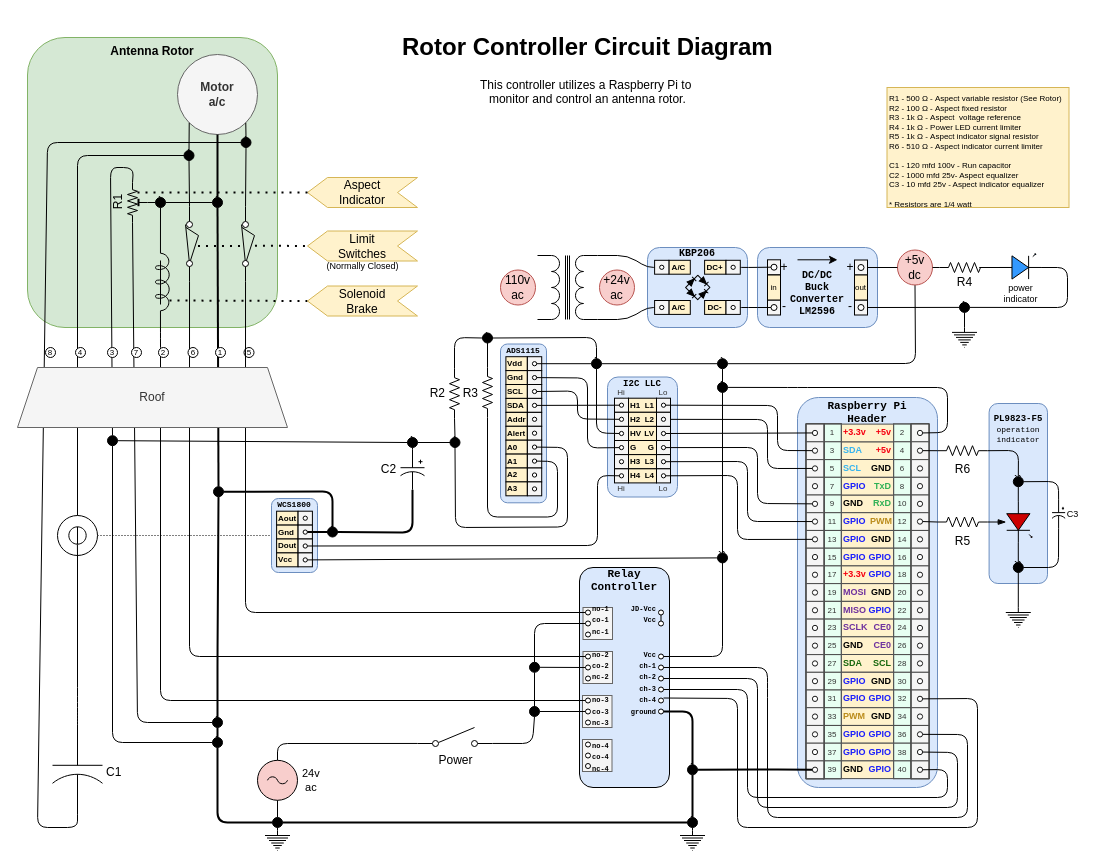
The draw.io diagram readme/rotor.drawio in wryan67/rotor, before the edit. Source tidied: cells renumbered, new cells numbered last; positions are measured from the earlier drawing's top-left corner, leaving out a move shared by most shapes. Both pictures are drawn from the tidied source at 100%, with x=0, y=0 at pixel (17, 27).
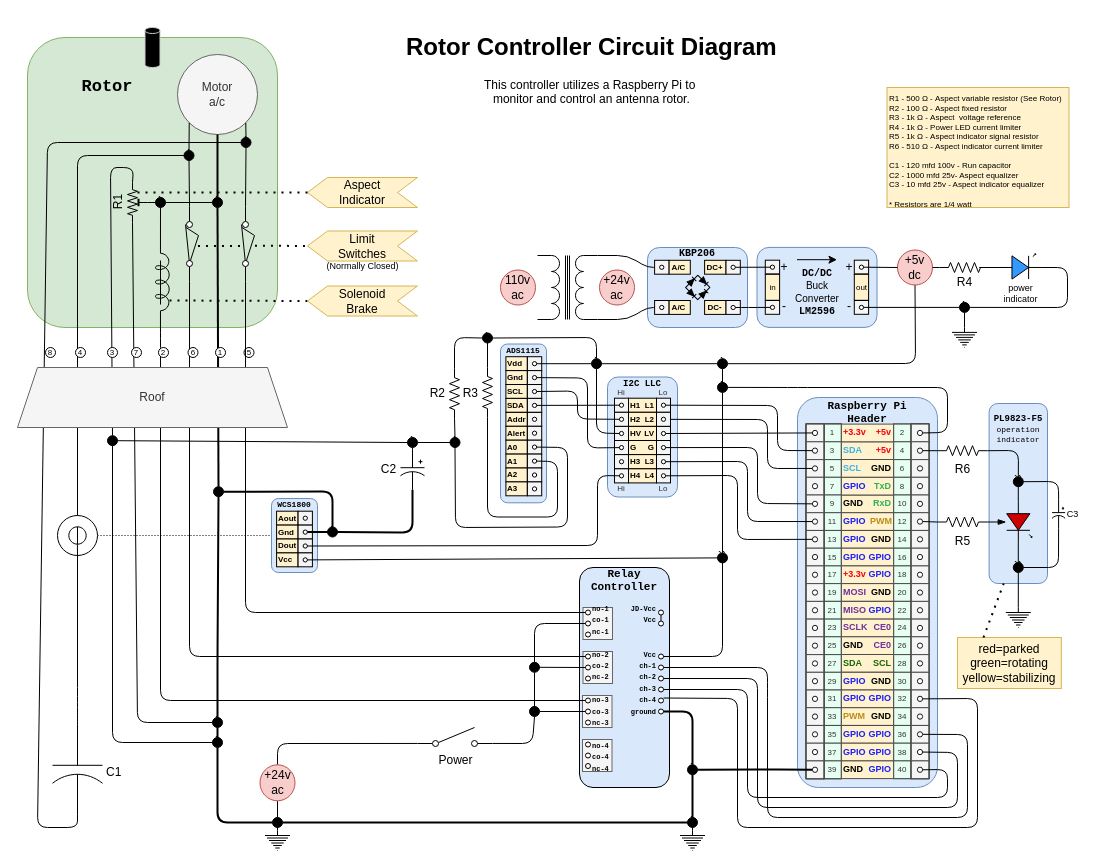
Above is the later version.

The change refers to these unchanged cells:
```xml
<mxCell id="3" value="&lt;font face=&quot;monospace&quot;&gt;&lt;font style=&quot;font-size: 9px&quot;&gt;PL9823-F5&lt;/font&gt;&lt;br&gt;&lt;div style=&quot;font-size: 8px&quot;&gt;&lt;span style=&quot;font-weight: normal&quot;&gt;operation&lt;/span&gt;&lt;/div&gt;&lt;div style=&quot;font-size: 8px&quot;&gt;&lt;span style=&quot;font-weight: normal&quot;&gt;indicator&lt;/span&gt;&lt;/div&gt;&lt;/font&gt;" style="rounded=1;whiteSpace=wrap;html=1;fillColor=#dae8fc;strokeColor=#6c8ebf;labelBackgroundColor=none;fontStyle=1;verticalAlign=top;" parent="1" vertex="1">
  <mxGeometry x="971.6" y="376" width="58.4" height="180" as="geometry" />
</mxCell>
<mxCell id="8" style="ellipse;whiteSpace=wrap;html=1;fillColor=#000000;" parent="1" vertex="1">
  <mxGeometry x="255" y="790" width="10" height="10" as="geometry" />
</mxCell>
<mxCell id="11" value="Power" style="verticalLabelPosition=bottom;shadow=0;dashed=0;align=center;html=1;verticalAlign=top;shape=mxgraph.electrical.electro-mechanical.simple_switch;" parent="1" vertex="1">
  <mxGeometry x="400" y="700" width="75" height="19" as="geometry" />
</mxCell>
<mxCell id="345" value="+5v&lt;br&gt;dc" style="ellipse;whiteSpace=wrap;html=1;fillColor=#f8cecc;strokeColor=#b85450;" parent="1" vertex="1">
  <mxGeometry x="880" y="222.5" width="35" height="35" as="geometry" />
</mxCell>
<mxCell id="459" value="`" style="ellipse;whiteSpace=wrap;html=1;fillColor=#000000;" parent="1" vertex="1">
  <mxGeometry x="942" y="274.9" width="10" height="10" as="geometry" />
</mxCell>
<mxCell id="548" style="verticalLabelPosition=bottom;shadow=0;dashed=0;align=center;html=1;verticalAlign=top;strokeWidth=1;shape=ellipse;fontSize=12;" parent="544" vertex="1">
  <mxGeometry x="26.4" y="4.9" width="4.3" height="4.2" as="geometry" />
</mxCell>
<mxCell id="553" style="verticalLabelPosition=bottom;shadow=0;dashed=0;align=center;html=1;verticalAlign=top;strokeWidth=1;shape=ellipse;fontSize=12;" parent="549" vertex="1">
  <mxGeometry x="26.4" y="4.9" width="4.3" height="4.2" as="geometry" />
</mxCell>
```

Diff of the diagram source:
```diff
@@
+    <mxCell id="554" style="group;" parent="1" vertex="1">
+      <mxGeometry x="739.5" y="219.9" width="120" height="80" as="geometry" />
+    </mxCell>
+    <mxCell id="321" style="group;verticalAlign=middle;horizontal=0;" parent="554" vertex="1">
+      <mxGeometry width="120" height="80" as="geometry" />
+    </mxCell>
+    <mxCell id="322" value="DC/DC&lt;br style=&quot;font-size: 10px&quot;&gt;&lt;span style=&quot;font-weight: normal&quot;&gt;&lt;font face=&quot;Helvetica&quot;&gt;Buck&lt;br style=&quot;font-size: 10px&quot;&gt;Converter&lt;/font&gt;&lt;/span&gt;&lt;br&gt;LM2596" style="rounded=1;whiteSpace=wrap;html=1;shadow=0;dashed=0;labelBackgroundColor=none;fontFamily=Courier New;fontSize=10;align=center;strokeColor=#6c8ebf;fillColor=#dae8fc;fontStyle=1;horizontal=1;verticalAlign=middle;spacingTop=11;" parent="321" vertex="1">
+      <mxGeometry width="120" height="80" as="geometry" />
+    </mxCell>
+    <mxCell id="555" style="endArrow=classic;html=1;" parent="321" edge="1">
+      <mxGeometry relative="1" as="geometry">
+        <mxPoint x="40" y="12.3" as="sourcePoint" />
+        <mxPoint x="80" y="12.3" as="targetPoint" />
+      </mxGeometry>
+    </mxCell>
+    <mxCell id="324" value="+" style="text;html=1;strokeColor=none;fillColor=none;align=center;verticalAlign=middle;whiteSpace=wrap;rounded=0;" parent="321" vertex="1">
+      <mxGeometry x="23" y="12.5" width="8.4" height="14.5" as="geometry" />
+    </mxCell>
+    <mxCell id="325" value="+" style="text;html=1;strokeColor=none;fillColor=none;align=center;verticalAlign=middle;whiteSpace=wrap;rounded=0;" parent="321" vertex="1">
+      <mxGeometry x="88.6" y="12.5" width="8.4" height="14.5" as="geometry" />
+    </mxCell>
+    <mxCell id="326" value="-" style="text;html=1;strokeColor=none;fillColor=none;align=center;verticalAlign=middle;whiteSpace=wrap;rounded=0;spacingBottom=3;" parent="321" vertex="1">
+      <mxGeometry x="88.6" y="53" width="8.4" height="14.5" as="geometry" />
+    </mxCell>
+    <mxCell id="327" value="-" style="text;html=1;strokeColor=none;fillColor=none;align=center;verticalAlign=middle;whiteSpace=wrap;rounded=0;spacingBottom=3;" parent="321" vertex="1">
+      <mxGeometry x="23" y="53" width="8.4" height="14.5" as="geometry" />
+    </mxCell>
+    <mxCell id="556" style="group;" parent="321" vertex="1">
+      <mxGeometry x="8" y="12.5" width="15" height="55" as="geometry" />
+    </mxCell>
+    <mxCell id="338" value="in" style="rounded=0;whiteSpace=wrap;html=1;fontSize=8;fillColor=#fff2cc;strokeColor=none;" parent="556" vertex="1">
+      <mxGeometry width="15" height="55" as="geometry" />
+    </mxCell>
+    <mxCell id="557" style="rounded=0;whiteSpace=wrap;html=1;strokeColor=#000000;fillColor=#f5f5f5;fontSize=8;align=center;fontColor=#333333;" parent="556" vertex="1">
+      <mxGeometry x="0.3" y="40.5" width="14.3" height="13.9" as="geometry" />
+    </mxCell>
+    <mxCell id="558" style="endArrow=none;html=1;fontSize=8;entryX=0;entryY=0.5;entryDx=0;entryDy=0;exitX=1;exitY=0.5;exitDx=0;exitDy=0;" parent="556" edge="1" source="559">
+      <mxGeometry relative="1" as="geometry">
+        <mxPoint x="4.9" y="7.2" as="targetPoint" />
+      </mxGeometry>
+    </mxCell>
+    <mxCell id="559" style="rounded=0;whiteSpace=wrap;html=1;strokeColor=#000000;fillColor=#f5f5f5;fontSize=8;align=center;fontColor=#333333;" parent="556" vertex="1">
+      <mxGeometry x="0.3" y="0.3" width="14.3" height="13.9" as="geometry" />
+    </mxCell>
+    <mxCell id="560" style="endArrow=none;html=1;fontSize=8;entryX=0;entryY=1;entryDx=0;entryDy=0;exitX=0;exitY=0;exitDx=0;exitDy=0;" parent="556" edge="1" source="557" target="559">
+      <mxGeometry relative="1" as="geometry" />
+    </mxCell>
+    <mxCell id="561" style="endArrow=none;html=1;fontSize=8;entryX=1;entryY=1;entryDx=0;entryDy=0;exitX=1;exitY=0;exitDx=0;exitDy=0;" parent="556" edge="1" source="557" target="559">
+      <mxGeometry relative="1" as="geometry" />
+    </mxCell>
+    <mxCell id="562" style="endArrow=none;html=1;fontSize=8;entryX=1;entryY=1;entryDx=0;entryDy=0;exitX=0;exitY=1;exitDx=0;exitDy=0;" parent="556" edge="1" source="559" target="559">
+      <mxGeometry relative="1" as="geometry" />
+    </mxCell>
+    <mxCell id="563" style="endArrow=none;html=1;fontSize=8;entryX=1;entryY=0;entryDx=0;entryDy=0;exitX=0;exitY=0;exitDx=0;exitDy=0;" parent="556" edge="1" source="557" target="557">
+      <mxGeometry relative="1" as="geometry" />
+    </mxCell>
+    <mxCell id="564" style="verticalLabelPosition=bottom;shadow=0;dashed=0;align=center;html=1;verticalAlign=top;strokeWidth=1;shape=ellipse;fontSize=12;" parent="556" vertex="1">
+      <mxGeometry x="5.3" y="45.4" width="4.3" height="4.2" as="geometry" />
+    </mxCell>
+    <mxCell id="565" style="verticalLabelPosition=bottom;shadow=0;dashed=0;align=center;html=1;verticalAlign=top;strokeWidth=1;shape=ellipse;fontSize=12;" parent="556" vertex="1">
+      <mxGeometry x="5.3" y="5.2" width="4.3" height="4.2" as="geometry" />
+    </mxCell>
+    <mxCell id="566" style="group;" parent="321" vertex="1">
+      <mxGeometry x="97" y="12.5" width="15" height="55" as="geometry" />
+    </mxCell>
+    <mxCell id="344" value="&lt;font style=&quot;font-size: 8px&quot;&gt;out&lt;/font&gt;" style="rounded=0;whiteSpace=wrap;html=1;fontSize=8;fillColor=#fff2cc;strokeColor=none;" parent="566" vertex="1">
+      <mxGeometry width="15" height="55" as="geometry" />
+    </mxCell>
+    <mxCell id="567" style="rounded=0;whiteSpace=wrap;html=1;strokeColor=#000000;fillColor=#f5f5f5;fontSize=8;align=center;fontColor=#333333;" parent="566" vertex="1">
+      <mxGeometry x="0.3" y="40.5" width="14.3" height="13.9" as="geometry" />
+    </mxCell>
+    <mxCell id="568" style="verticalLabelPosition=bottom;shadow=0;dashed=0;align=center;html=1;verticalAlign=top;strokeWidth=1;shape=ellipse;fontSize=12;" parent="566" vertex="1">
+      <mxGeometry x="5.3" y="45.4" width="4.3" height="4.2" as="geometry" />
+    </mxCell>
+    <mxCell id="569" style="endArrow=none;html=1;fontSize=8;entryX=0;entryY=0.5;entryDx=0;entryDy=0;exitX=1;exitY=0.5;exitDx=0;exitDy=0;" parent="566" edge="1" source="570">
+      <mxGeometry relative="1" as="geometry">
+        <mxPoint x="4.9" y="7.2" as="targetPoint" />
+      </mxGeometry>
+    </mxCell>
+    <mxCell id="570" style="rounded=0;whiteSpace=wrap;html=1;strokeColor=#000000;fillColor=#f5f5f5;fontSize=8;align=center;fontColor=#333333;" parent="566" vertex="1">
+      <mxGeometry x="0.3" y="0.3" width="14.3" height="13.9" as="geometry" />
+    </mxCell>
+    <mxCell id="571" style="verticalLabelPosition=bottom;shadow=0;dashed=0;align=center;html=1;verticalAlign=top;strokeWidth=1;shape=ellipse;fontSize=12;" parent="566" vertex="1">
+      <mxGeometry x="5.3" y="5.2" width="4.3" height="4.2" as="geometry" />
+    </mxCell>
+    <mxCell id="572" style="endArrow=none;html=1;fontSize=8;entryX=0;entryY=1;entryDx=0;entryDy=0;exitX=0;exitY=0;exitDx=0;exitDy=0;" parent="566" edge="1" source="567" target="570">
+      <mxGeometry relative="1" as="geometry" />
+    </mxCell>
+    <mxCell id="573" style="endArrow=none;html=1;fontSize=8;entryX=1;entryY=1;entryDx=0;entryDy=0;exitX=1;exitY=0;exitDx=0;exitDy=0;" parent="566" edge="1" source="567" target="570">
+      <mxGeometry relative="1" as="geometry" />
+    </mxCell>
+    <mxCell id="574" style="endArrow=none;html=1;fontSize=8;entryX=1;entryY=1;entryDx=0;entryDy=0;exitX=0;exitY=1;exitDx=0;exitDy=0;" parent="566" edge="1" source="570" target="570">
+      <mxGeometry relative="1" as="geometry" />
+    </mxCell>
+    <mxCell id="575" style="endArrow=none;html=1;fontSize=8;entryX=1;entryY=0;entryDx=0;entryDy=0;exitX=0;exitY=0;exitDx=0;exitDy=0;" parent="566" edge="1" source="567" target="567">
+      <mxGeometry relative="1" as="geometry" />
+    </mxCell>
@@
-    <mxCell id="4" value="Antenna Rotor" style="rounded=1;whiteSpace=wrap;html=1;verticalAlign=top;fillColor=#d5e8d4;strokeColor=#82b366;fontStyle=1;" parent="1" vertex="1">
+    <mxCell id="4" style="rounded=1;whiteSpace=wrap;html=1;verticalAlign=top;fillColor=#d5e8d4;strokeColor=#82b366;fontStyle=1;" parent="1" vertex="1">
       <mxGeometry x="10" y="10" width="250" height="290" as="geometry" />
     </mxCell>
-    <mxCell id="5" value="Motor&lt;br&gt;a/c" style="ellipse;whiteSpace=wrap;html=1;fontStyle=1;fillColor=#f5f5f5;strokeColor=#666666;fontColor=#333333;" parent="1" vertex="1">
+    <mxCell id="5" value="Motor&lt;br&gt;a/c" style="ellipse;whiteSpace=wrap;html=1;fontStyle=0;fillColor=#f5f5f5;strokeColor=#666666;fontColor=#333333;" parent="1" vertex="1">
       <mxGeometry x="160" y="27" width="80" height="80" as="geometry" />
     </mxCell>
@@
-    <mxCell id="7" value="24v&lt;br style=&quot;font-size: 11px;&quot;&gt;&lt;div style=&quot;text-align: center; font-size: 11px;&quot;&gt;&lt;span style=&quot;font-size: 11px;&quot;&gt;ac&lt;/span&gt;&lt;/div&gt;" style="verticalLabelPosition=middle;shadow=0;dashed=0;align=left;html=1;verticalAlign=middle;shape=mxgraph.electrical.signal_sources.ac_source;labelPosition=right;fillColor=#f8cecc;fontSize=11;spacingTop=0;spacingRight=0;spacingLeft=3;" parent="1" vertex="1">
-      <mxGeometry x="240" y="732.8" width="40" height="40" as="geometry" />
-    </mxCell>
@@
-    <mxCell id="9" style="endArrow=none;html=1;exitX=0.5;exitY=0;exitDx=0;exitDy=0;exitPerimeter=0;entryX=0;entryY=0.84;entryDx=0;entryDy=0;entryPerimeter=0;" parent="1" edge="1" source="7" target="11">
+    <mxCell id="9" style="endArrow=none;html=1;exitX=0.5;exitY=0;exitDx=0;exitDy=0;entryX=0;entryY=0.84;entryDx=0;entryDy=0;entryPerimeter=0;" parent="1" edge="1" source="579" target="11">
       <mxGeometry relative="1" as="geometry">
         <Array as="points">
           <mxPoint x="260" y="716" />
         </Array>
       </mxGeometry>
     </mxCell>
-    <mxCell id="10" style="endArrow=none;html=1;entryX=0.5;entryY=1;entryDx=0;entryDy=0;entryPerimeter=0;exitX=0.5;exitY=0;exitDx=0;exitDy=0;" parent="1" edge="1" source="8" target="7">
+    <mxCell id="10" style="endArrow=none;html=1;exitX=0.5;exitY=0;exitDx=0;exitDy=0;entryX=0.5;entryY=1;entryDx=0;entryDy=0;" parent="1" edge="1" source="8" target="579">
       <mxGeometry relative="1" as="geometry" />
     </mxCell>
@@
-    <mxCell id="320" style="group;" parent="1" vertex="1">
-      <mxGeometry x="740" y="220" width="120" height="80" as="geometry" />
-    </mxCell>
-    <mxCell id="321" style="group;verticalAlign=middle;horizontal=0;" parent="320" vertex="1">
-      <mxGeometry width="120" height="80" as="geometry" />
-    </mxCell>
-    <mxCell id="322" value="DC/DC&lt;br style=&quot;font-size: 10px&quot;&gt;Buck&lt;br style=&quot;font-size: 10px&quot;&gt;Converter&lt;br&gt;LM2596" style="rounded=1;whiteSpace=wrap;html=1;shadow=0;dashed=0;labelBackgroundColor=none;fontFamily=Courier New;fontSize=10;align=center;strokeColor=#6c8ebf;fillColor=#dae8fc;fontStyle=1;horizontal=1;verticalAlign=middle;spacingTop=11;" parent="321" vertex="1">
-      <mxGeometry width="120" height="80" as="geometry" />
-    </mxCell>
-    <mxCell id="323" style="endArrow=classic;html=1;" parent="321" edge="1">
-      <mxGeometry relative="1" as="geometry">
-        <mxPoint x="40" y="12.3" as="sourcePoint" />
-        <mxPoint x="80" y="12.3" as="targetPoint" />
-      </mxGeometry>
-    </mxCell>
-    <mxCell id="324" value="+" style="text;html=1;strokeColor=none;fillColor=none;align=center;verticalAlign=middle;whiteSpace=wrap;rounded=0;" parent="321" vertex="1">
-      <mxGeometry x="23" y="12.5" width="8.4" height="14.5" as="geometry" />
-    </mxCell>
-    <mxCell id="325" value="+" style="text;html=1;strokeColor=none;fillColor=none;align=center;verticalAlign=middle;whiteSpace=wrap;rounded=0;" parent="321" vertex="1">
-      <mxGeometry x="88.6" y="12.5" width="8.4" height="14.5" as="geometry" />
-    </mxCell>
-    <mxCell id="326" value="-" style="text;html=1;strokeColor=none;fillColor=none;align=center;verticalAlign=middle;whiteSpace=wrap;rounded=0;spacingBottom=3;" parent="321" vertex="1">
-      <mxGeometry x="88.6" y="53" width="8.4" height="14.5" as="geometry" />
-    </mxCell>
-    <mxCell id="327" value="-" style="text;html=1;strokeColor=none;fillColor=none;align=center;verticalAlign=middle;whiteSpace=wrap;rounded=0;spacingBottom=3;" parent="321" vertex="1">
-      <mxGeometry x="23" y="53" width="8.4" height="14.5" as="geometry" />
-    </mxCell>
@@
-    <mxCell id="333" style="group;" parent="1" vertex="1">
-      <mxGeometry x="750" y="232.5" width="13" height="55" as="geometry" />
-    </mxCell>
-    <mxCell id="334" style="rounded=0;whiteSpace=wrap;html=1;fontSize=12;fillColor=#F5F5F5;" parent="333" vertex="1">
-      <mxGeometry y="40" width="13" height="15" as="geometry" />
-    </mxCell>
-    <mxCell id="335" style="verticalLabelPosition=bottom;shadow=0;dashed=0;align=center;html=1;verticalAlign=top;strokeWidth=1;shape=ellipse;fontSize=12;" parent="333" vertex="1">
-      <mxGeometry x="3.5" y="44.5" width="6" height="6" as="geometry" />
-    </mxCell>
-    <mxCell id="336" style="rounded=0;whiteSpace=wrap;html=1;fontSize=12;fillColor=#F5F5F5;" parent="333" vertex="1">
-      <mxGeometry y="-0.2" width="13" height="15" as="geometry" />
-    </mxCell>
-    <mxCell id="337" style="verticalLabelPosition=bottom;shadow=0;dashed=0;align=center;html=1;verticalAlign=top;strokeWidth=1;shape=ellipse;fontSize=12;" parent="333" vertex="1">
-      <mxGeometry x="3.5" y="4.2" width="6" height="6" as="geometry" />
-    </mxCell>
-    <mxCell id="338" value="in" style="rounded=0;whiteSpace=wrap;html=1;fontSize=8;fillColor=#fff2cc;strokeColor=#000000;" parent="333" vertex="1">
-      <mxGeometry y="15" width="13" height="25" as="geometry" />
-    </mxCell>
-    <mxCell id="339" style="group;fontSize=12;" parent="1" vertex="1">
-      <mxGeometry x="837" y="232.5" width="13" height="55" as="geometry" />
-    </mxCell>
-    <mxCell id="340" style="rounded=0;whiteSpace=wrap;html=1;fontSize=12;fillColor=#F5F5F5;" parent="339" vertex="1">
-      <mxGeometry y="40" width="13" height="15" as="geometry" />
-    </mxCell>
-    <mxCell id="341" style="verticalLabelPosition=bottom;shadow=0;dashed=0;align=center;html=1;verticalAlign=top;strokeWidth=1;shape=ellipse;fontSize=12;" parent="339" vertex="1">
-      <mxGeometry x="3.5" y="44.5" width="6" height="6" as="geometry" />
-    </mxCell>
-    <mxCell id="342" style="rounded=0;whiteSpace=wrap;html=1;fontSize=12;fillColor=#F5F5F5;" parent="339" vertex="1">
-      <mxGeometry width="13" height="15" as="geometry" />
-    </mxCell>
-    <mxCell id="343" style="verticalLabelPosition=bottom;shadow=0;dashed=0;align=center;html=1;verticalAlign=top;strokeWidth=1;shape=ellipse;fontSize=12;" parent="339" vertex="1">
-      <mxGeometry x="3.5" y="4.5" width="6" height="6" as="geometry" />
-    </mxCell>
-    <mxCell id="344" value="out" style="rounded=0;whiteSpace=wrap;html=1;fontSize=8;fillColor=#fff2cc;strokeColor=#000000;" parent="339" vertex="1">
-      <mxGeometry y="15" width="13" height="25" as="geometry" />
-    </mxCell>
@@
-    <mxCell id="346" style="endArrow=none;html=1;fontSize=9;exitX=1;exitY=0.5;exitDx=0;exitDy=0;entryX=0;entryY=0.5;entryDx=0;entryDy=0;" parent="1" edge="1" source="342" target="345">
-      <mxGeometry relative="1" as="geometry" />
-    </mxCell>
@@
-    <mxCell id="458" style="endArrow=none;html=1;strokeWidth=1;exitX=1;exitY=0.5;exitDx=0;exitDy=0;entryX=0;entryY=0.5;entryDx=0;entryDy=0;" parent="1" edge="1" source="340" target="459">
+    <mxCell id="458" style="endArrow=none;html=1;strokeWidth=1;exitX=1;exitY=0.5;exitDx=0;exitDy=0;entryX=0;entryY=0.5;entryDx=0;entryDy=0;" parent="1" edge="1" source="568" target="459">
       <mxGeometry relative="1" as="geometry" />
     </mxCell>
@@
     <mxCell id="525" value="&lt;h1&gt;Rotor Controller Circuit Diagram&lt;/h1&gt;&lt;p&gt;&lt;div style=&quot;text-align: center&quot;&gt;&lt;span&gt;This controller utilizes a Raspberry Pi to&amp;nbsp;&lt;/span&gt;&lt;/div&gt;&lt;div style=&quot;text-align: center&quot;&gt;&lt;span&gt;monitor and control an antenna rotor.&lt;/span&gt;&lt;/div&gt;&lt;/p&gt;&lt;p&gt;&lt;br&gt;&lt;/p&gt;" style="text;html=1;strokeColor=none;fillColor=none;spacing=5;spacingTop=-20;whiteSpace=wrap;overflow=hidden;rounded=0;" parent="1" vertex="1">
-      <mxGeometry x="380" width="390" height="90" as="geometry" />
+      <mxGeometry x="384" width="390" height="90" as="geometry" />
     </mxCell>
-    <mxCell id="526" style="endArrow=none;html=1;entryX=0;entryY=0.5;entryDx=0;entryDy=0;exitX=1;exitY=0.5;exitDx=0;exitDy=0;" parent="1" edge="1" source="553" target="335">
-      <mxGeometry relative="1" as="geometry">
-        <Array as="points">
-          <mxPoint x="730" y="280" />
-        </Array>
-      </mxGeometry>
-    </mxCell>
-    <mxCell id="527" style="endArrow=none;html=1;entryX=0;entryY=0.5;entryDx=0;entryDy=0;exitX=1;exitY=0.5;exitDx=0;exitDy=0;" parent="1" edge="1" source="548" target="337">
-      <mxGeometry relative="1" as="geometry">
-        <Array as="points">
-          <mxPoint x="730" y="240" />
-        </Array>
-      </mxGeometry>
-    </mxCell>
@@
+    <mxCell id="527" style="endArrow=none;html=1;entryX=0;entryY=0.5;entryDx=0;entryDy=0;exitX=1;exitY=0.5;exitDx=0;exitDy=0;" parent="1" edge="1" source="548" target="565">
+      <mxGeometry relative="1" as="geometry" />
+    </mxCell>
+    <mxCell id="526" style="endArrow=none;html=1;entryX=0;entryY=0.5;entryDx=0;entryDy=0;exitX=1;exitY=0.5;exitDx=0;exitDy=0;" parent="1" edge="1" source="553" target="564">
+      <mxGeometry relative="1" as="geometry">
+        <Array as="points">
+          <mxPoint x="730" y="280" />
+        </Array>
+      </mxGeometry>
+    </mxCell>
+    <mxCell id="346" style="endArrow=none;html=1;fontSize=9;exitX=1;exitY=0.5;exitDx=0;exitDy=0;entryX=0;entryY=0.5;entryDx=0;entryDy=0;" parent="1" edge="1" source="571" target="345">
+      <mxGeometry relative="1" as="geometry" />
+    </mxCell>
+    <mxCell id="576" value="red=parked&lt;br&gt;green=rotating&lt;br&gt;yellow=stabilizing" style="rounded=0;whiteSpace=wrap;html=1;fillColor=#fff2cc;strokeColor=#d6b656;" parent="1" vertex="1">
+      <mxGeometry x="940" y="610" width="103.8" height="51" as="geometry" />
+    </mxCell>
+    <mxCell id="577" style="endArrow=none;dashed=1;html=1;dashPattern=1 3;strokeWidth=2;exitX=0.25;exitY=0;exitDx=0;exitDy=0;entryX=0.25;entryY=1;entryDx=0;entryDy=0;" parent="1" edge="1" source="576" target="3">
+      <mxGeometry relative="1" as="geometry" />
+    </mxCell>
+    <mxCell id="578" value="&lt;span style=&quot;font-weight: 700 ; font-size: 17px&quot;&gt;Rotor&lt;/span&gt;" style="text;html=1;strokeColor=none;fillColor=none;align=center;verticalAlign=middle;whiteSpace=wrap;rounded=0;fontFamily=Courier New;fontSize=14;" parent="1" vertex="1">
+      <mxGeometry x="10" y="10" width="160" height="100" as="geometry" />
+    </mxCell>
+    <mxCell id="579" value="+24v&lt;br&gt;ac" style="ellipse;whiteSpace=wrap;html=1;fillColor=#f8cecc;strokeColor=#b85450;" parent="1" vertex="1">
+      <mxGeometry x="242.5" y="737.3" width="35" height="36" as="geometry" />
+    </mxCell>
+    <mxCell id="580" style="shape=cylinder3;whiteSpace=wrap;html=1;boundedLbl=1;backgroundOutline=1;size=3;fontFamily=Courier New;fontSize=14;fontColor=#333333;fillColor=#000000;strokeColor=#CCCCCC;" parent="1" vertex="1">
+      <mxGeometry x="127.5" width="15" height="40" as="geometry" />
+    </mxCell>
```
